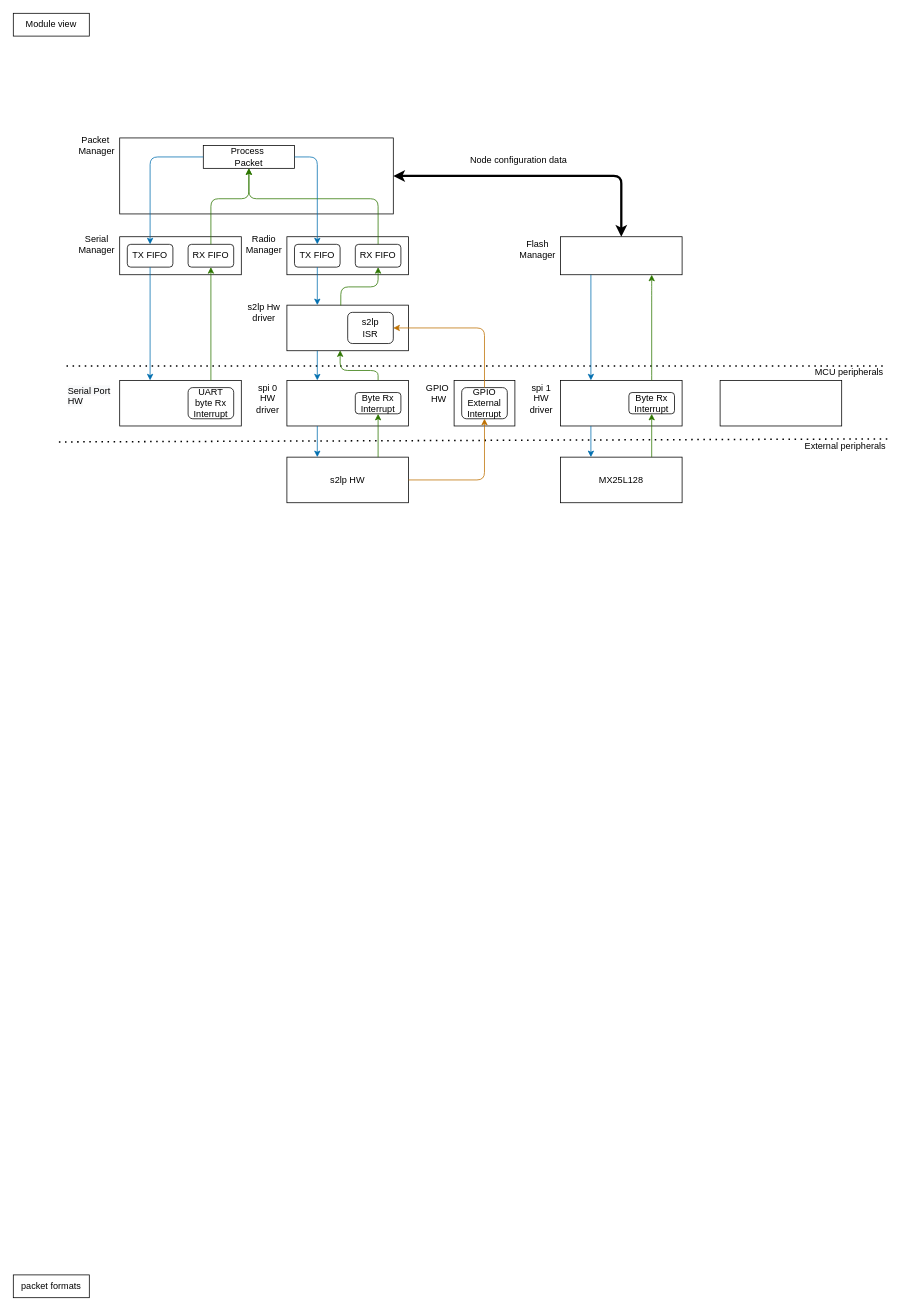
This is McuExpressoLiteMoteProject/liteMote_Module_Diagram.drawio from LMDElectronics/liteMote, a draw.io file, before an edit. Source tidied: cells renumbered, new cells numbered last; positions are measured from the earlier drawing's top-left corner, leaving out a move shared by most shapes. Both pictures are drawn from the tidied source at 76%, with x=0, y=0 at pixel (13, 13).
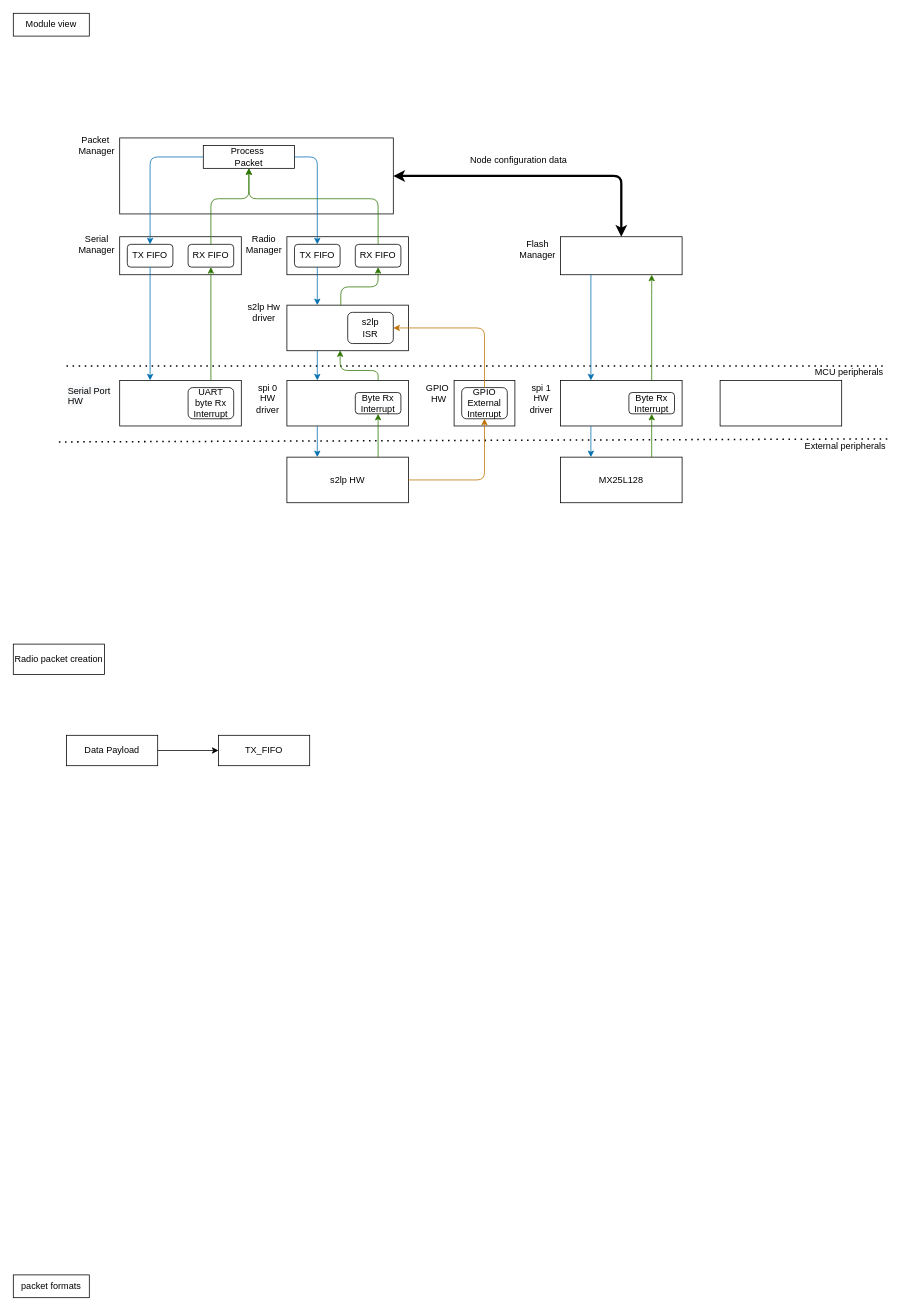
Above is the later version.

Commit message (it also covers changes not shown here):
feature - working on radio packet lenght functions, the FIFO only loads the raw data payload to be sent

Diff of the diagram source:
```diff
@@
+    <mxCell id="59" value="Radio packet creation" style="rounded=0;whiteSpace=wrap;html=1;" parent="1" vertex="1">
+      <mxGeometry y="830" width="120" height="40" as="geometry" />
+    </mxCell>
+    <mxCell id="60" value="Data Payload" style="rounded=0;whiteSpace=wrap;html=1;" parent="1" vertex="1">
+      <mxGeometry x="70" y="950" width="120" height="40" as="geometry" />
+    </mxCell>
+    <mxCell id="61" value="TX_FIFO" style="rounded=0;whiteSpace=wrap;html=1;" parent="1" vertex="1">
+      <mxGeometry x="270" y="950" width="120" height="40" as="geometry" />
+    </mxCell>
+    <mxCell id="62" style="endArrow=classic;html=1;rounded=0;exitX=1;exitY=0.5;exitDx=0;exitDy=0;entryX=0;entryY=0.5;entryDx=0;entryDy=0;" parent="1" edge="1" source="60" target="61">
+      <mxGeometry relative="1" as="geometry" />
+    </mxCell>
```
